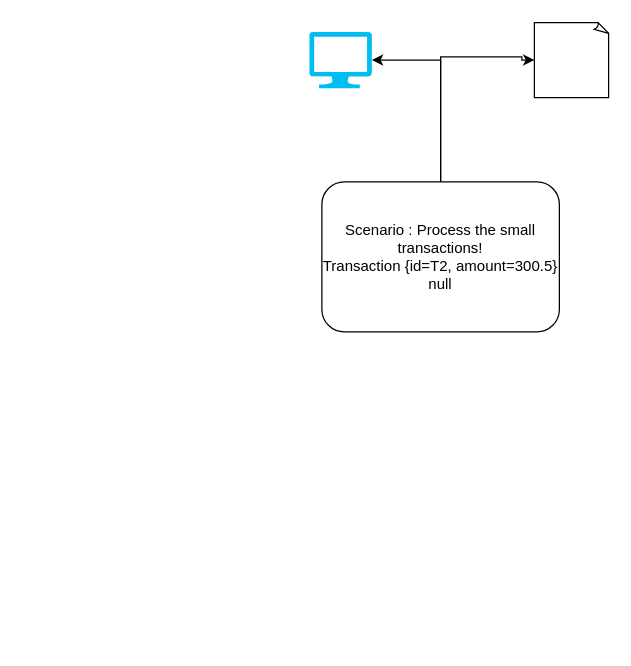
Above: page "Work" (6 of 13) of Diagrams/New Features Java.drawio in THRGLO02MAY2025GIT-HUB/THRGLO02MAY2025GIT-REPO (draw.io), before the change. Source tidied: cells renumbered, new cells numbered last; positions are measured from the earlier drawing's top-left corner, leaving out a move shared by most shapes. Both pictures are drawn from the tidied source at 125%, with x=0, y=0 at pixel (309, 21).
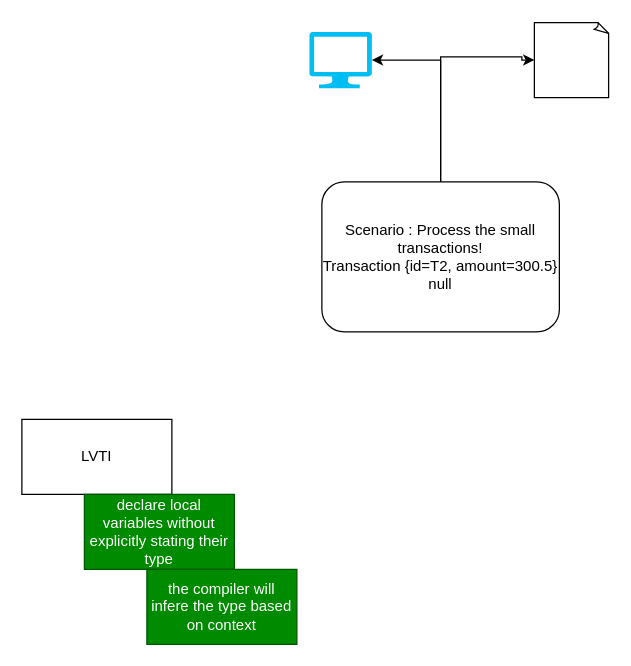
The same diagram, later.

Diff of the diagram source:
```diff
@@
 <mxGraphModel>
   <root>
     <mxCell id="0" />
     <mxCell id="1" parent="0" />
     <mxCell id="2" value="&lt;div&gt;Scenario : Process the small transactions!&lt;/div&gt;&lt;div&gt;Transaction {id=T2, amount=300.5}&lt;/div&gt;&lt;div&gt;null&lt;/div&gt;" style="rounded=1;whiteSpace=wrap;html=1;" parent="1" vertex="1">
       <mxGeometry x="10" y="128" width="190" height="120" as="geometry" />
     </mxCell>
     <mxCell id="3" style="verticalLabelPosition=bottom;html=1;verticalAlign=top;align=center;strokeColor=none;fillColor=#00BEF2;shape=mxgraph.azure.computer;" parent="1" vertex="1">
       <mxGeometry y="8" width="50" height="45" as="geometry" />
     </mxCell>
     <mxCell id="4" style="edgeStyle=orthogonalEdgeStyle;rounded=0;jettySize=auto;html=1;entryX=1;entryY=0.5;entryDx=0;entryDy=0;entryPerimeter=0;" parent="1" edge="1" source="2" target="3">
       <mxGeometry relative="1" as="geometry" />
     </mxCell>
     <mxCell id="5" style="whiteSpace=wrap;html=1;shape=mxgraph.basic.document;" parent="1" vertex="1">
       <mxGeometry x="180" y="0.5" width="60" height="60" as="geometry" />
     </mxCell>
     <mxCell id="6" style="edgeStyle=orthogonalEdgeStyle;rounded=0;jettySize=auto;html=1;entryX=0;entryY=0.5;entryDx=0;entryDy=0;entryPerimeter=0;" parent="1" edge="1" source="2" target="5">
       <mxGeometry relative="1" as="geometry">
         <Array as="points">
           <mxPoint x="105" y="28" />
           <mxPoint x="170" y="28" />
         </Array>
       </mxGeometry>
     </mxCell>
+    <mxCell id="7" value="LVTI" style="rounded=0;whiteSpace=wrap;html=1;" parent="1" vertex="1">
+      <mxGeometry x="-230" y="318" width="120" height="60" as="geometry" />
+    </mxCell>
+    <mxCell id="8" value="declare local variables without explicitly stating their type" style="rounded=0;whiteSpace=wrap;html=1;fillColor=#008a00;fontColor=#ffffff;strokeColor=#005700;" parent="1" vertex="1">
+      <mxGeometry x="-180" y="378" width="120" height="60" as="geometry" />
+    </mxCell>
+    <mxCell id="9" value="the compiler will infere the type based on context" style="rounded=0;whiteSpace=wrap;html=1;fillColor=#008a00;fontColor=#ffffff;strokeColor=#005700;" parent="1" vertex="1">
+      <mxGeometry x="-130" y="438" width="120" height="60" as="geometry" />
+    </mxCell>
   </root>
 </mxGraphModel>
```
